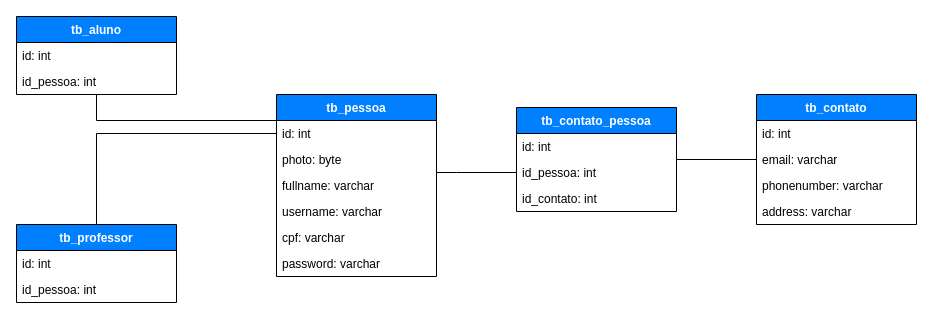
The draw.io diagram .project/Diagramas/db_entidades.drawio in arthurjf/AcademiaApp, before the edit. Source tidied: cells renumbered, new cells numbered last; positions are measured from the earlier drawing's top-left corner, leaving out a move shared by most shapes. Both pictures are drawn from the tidied source at 100%, with x=0, y=0 at pixel (16, 16).
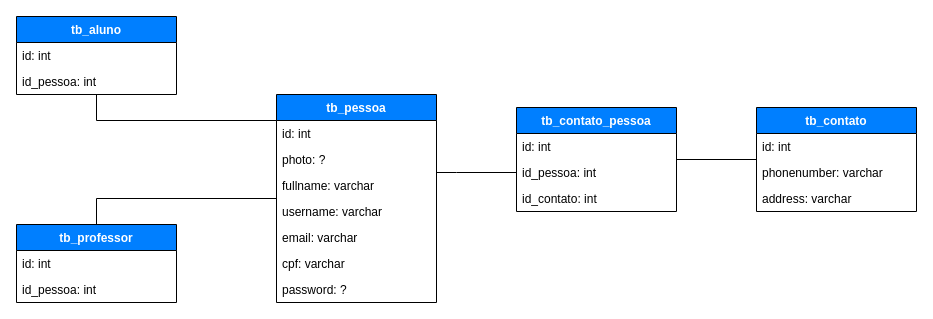
The same diagram, later.

Commit message (it also covers changes not shown here):
Pessoa agora possui email

Unchanged cells that the change refers to:
```xml
<mxCell id="4" value="id: int" style="text;strokeColor=none;fillColor=none;align=left;verticalAlign=top;spacingLeft=4;spacingRight=4;overflow=hidden;points=[[0,0.5],[1,0.5]];portConstraint=eastwest;" parent="3" vertex="1">
  <mxGeometry y="26" width="160" height="26" as="geometry" />
</mxCell>
<mxCell id="15" value="tb_professor" style="swimlane;fontStyle=1;align=center;verticalAlign=top;horizontal=1;startSize=26;rounded=0;gradientColor=none;swimlaneFillColor=none;fillColor=#007FFF;labelBackgroundColor=none;fontColor=#FFFFFF;" parent="1" vertex="1">
  <mxGeometry y="208" width="160" height="78" as="geometry" />
</mxCell>
```

Change to the diagram source:
```diff
@@
     <mxCell id="3" value="tb_pessoa" style="swimlane;fontStyle=1;align=center;verticalAlign=top;horizontal=1;startSize=26;rounded=0;gradientColor=none;swimlaneFillColor=none;fillColor=#007FFF;labelBackgroundColor=none;fontColor=#FFFFFF;" parent="1" vertex="1">
-      <mxGeometry x="260" y="78" width="160" height="182" as="geometry" />
+      <mxGeometry x="260" y="78" width="160" height="208" as="geometry" />
     </mxCell>
@@
-    <mxCell id="5" value="photo: byte" style="text;strokeColor=none;fillColor=none;align=left;verticalAlign=top;spacingLeft=4;spacingRight=4;overflow=hidden;" parent="3" vertex="1">
+    <mxCell id="5" value="photo: ?" style="text;strokeColor=none;fillColor=none;align=left;verticalAlign=top;spacingLeft=4;spacingRight=4;overflow=hidden;" parent="3" vertex="1">
       <mxGeometry y="52" width="160" height="26" as="geometry" />
     </mxCell>
@@
+    <mxCell id="21" value="email: varchar" style="text;strokeColor=none;fillColor=none;align=left;verticalAlign=top;spacingLeft=4;spacingRight=4;overflow=hidden;" parent="3" vertex="1">
+      <mxGeometry y="130" width="160" height="26" as="geometry" />
+    </mxCell>
     <mxCell id="8" value="cpf: varchar" style="text;strokeColor=none;fillColor=none;align=left;verticalAlign=top;spacingLeft=4;spacingRight=4;overflow=hidden;" parent="3" vertex="1">
-      <mxGeometry y="130" width="160" height="26" as="geometry" />
+      <mxGeometry y="156" width="160" height="26" as="geometry" />
     </mxCell>
-    <mxCell id="9" value="password: varchar" style="text;strokeColor=none;fillColor=none;align=left;verticalAlign=top;spacingLeft=4;spacingRight=4;overflow=hidden;" parent="3" vertex="1">
-      <mxGeometry y="156" width="160" height="26" as="geometry" />
+    <mxCell id="9" value="password: ?" style="text;strokeColor=none;fillColor=none;align=left;verticalAlign=top;spacingLeft=4;spacingRight=4;overflow=hidden;" parent="3" vertex="1">
+      <mxGeometry y="182" width="160" height="26" as="geometry" />
     </mxCell>
@@
-    <mxCell id="14" style="edgeStyle=orthogonalEdgeStyle;rounded=0;jettySize=auto;html=1;fontColor=#FFFFFF;endArrow=none;endFill=0;" parent="1" edge="1" source="15" target="4">
-      <mxGeometry relative="1" as="geometry">
-        <Array as="points">
-          <mxPoint x="80" y="117" />
-        </Array>
-      </mxGeometry>
-    </mxCell>
+    <mxCell id="28" style="edgeStyle=orthogonalEdgeStyle;rounded=0;jettySize=auto;html=1;endArrow=none;endFill=0;" parent="1" edge="1" source="15" target="3">
+      <mxGeometry relative="1" as="geometry">
+        <Array as="points">
+          <mxPoint x="80" y="182" />
+        </Array>
+      </mxGeometry>
+    </mxCell>
@@
     <mxCell id="19" value="tb_contato" style="swimlane;fontStyle=1;align=center;verticalAlign=top;horizontal=1;startSize=26;rounded=0;gradientColor=none;swimlaneFillColor=none;fillColor=#007FFF;labelBackgroundColor=none;fontColor=#FFFFFF;" parent="1" vertex="1">
-      <mxGeometry x="740" y="78" width="160" height="130" as="geometry" />
+      <mxGeometry x="740" y="91" width="160" height="104" as="geometry" />
     </mxCell>
@@
-    <mxCell id="21" value="email: varchar" style="text;strokeColor=none;fillColor=none;align=left;verticalAlign=top;spacingLeft=4;spacingRight=4;overflow=hidden;" parent="19" vertex="1">
-      <mxGeometry y="52" width="160" height="26" as="geometry" />
-    </mxCell>
     <mxCell id="22" value="phonenumber: varchar" style="text;strokeColor=none;fillColor=none;align=left;verticalAlign=top;spacingLeft=4;spacingRight=4;overflow=hidden;" parent="19" vertex="1">
-      <mxGeometry y="78" width="160" height="26" as="geometry" />
+      <mxGeometry y="52" width="160" height="26" as="geometry" />
     </mxCell>
     <mxCell id="23" value="address: varchar" style="text;strokeColor=none;fillColor=none;align=left;verticalAlign=top;spacingLeft=4;spacingRight=4;overflow=hidden;" parent="19" vertex="1">
-      <mxGeometry y="104" width="160" height="26" as="geometry" />
+      <mxGeometry y="78" width="160" height="26" as="geometry" />
     </mxCell>
```
